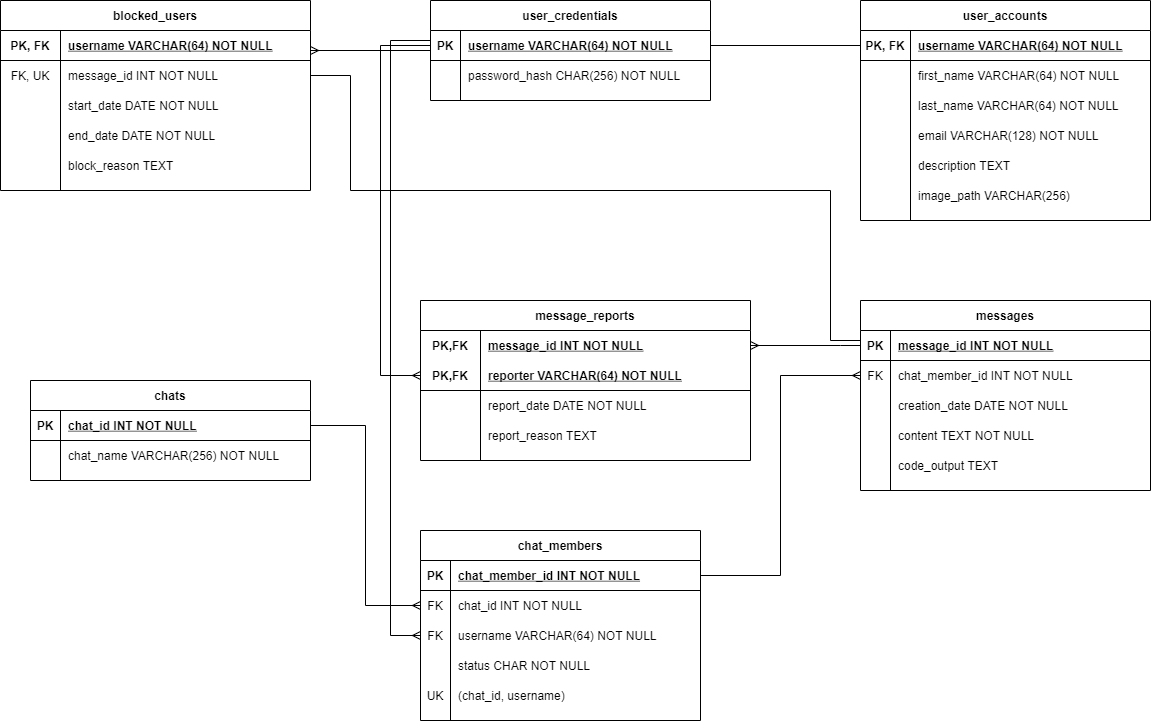
This is assets/diagrams/er-diagram.png from iulian-rusu/discode, a draw.io export, as it was before one commit. Source tidied: cells renumbered, new cells last; positions are measured from the earlier drawing's top-left corner, leaving out a move shared by most shapes.
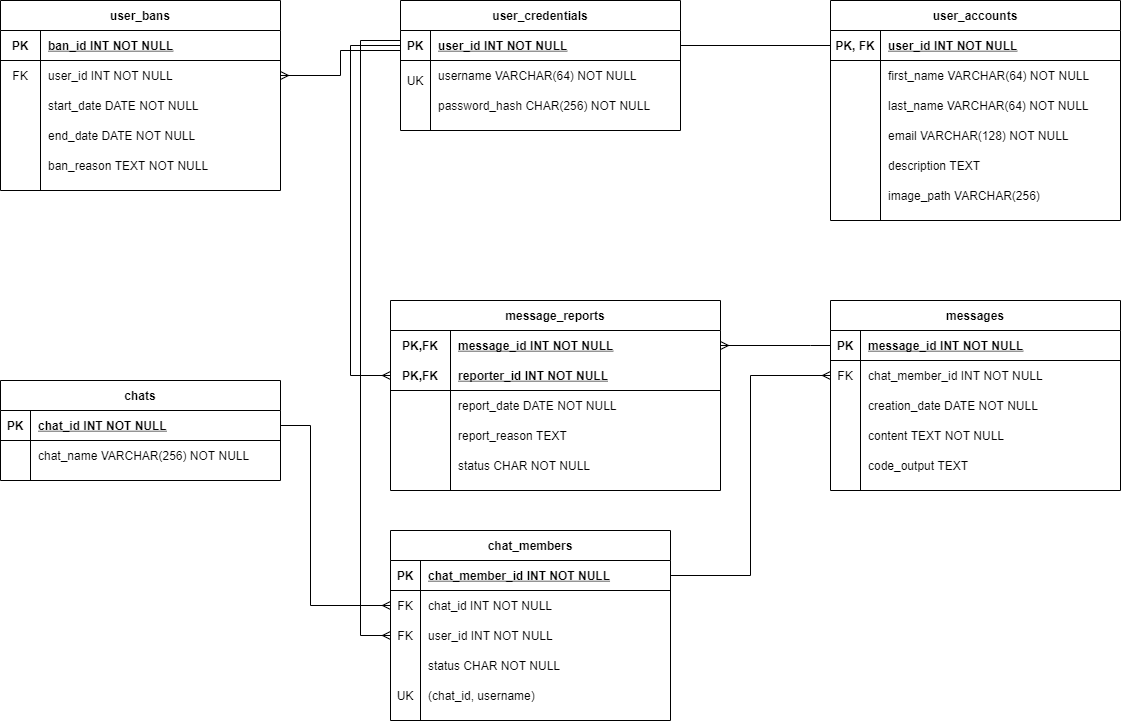
Later version of the same file.

The edit, as a diff of the source:
```diff
@@ -11,7 +11,7 @@
     <mxCell id="4" value="PK, FK" style="shape=partialRectangle;fillColor=none;top=0;left=0;bottom=0;right=0;fontStyle=1;overflow=hidden;" parent="3" vertex="1">
       <mxGeometry width="50" height="30" as="geometry" />
     </mxCell>
-    <mxCell id="5" value="username VARCHAR(64) NOT NULL" style="shape=partialRectangle;fillColor=none;top=0;left=0;bottom=0;right=0;align=left;spacingLeft=6;fontStyle=5;overflow=hidden;" parent="3" vertex="1">
+    <mxCell id="5" value="user_id INT NOT NULL" style="shape=partialRectangle;fillColor=none;top=0;left=0;bottom=0;right=0;align=left;spacingLeft=6;fontStyle=5;overflow=hidden;" parent="3" vertex="1">
       <mxGeometry x="50" width="240" height="30" as="geometry" />
     </mxCell>
     <mxCell id="6" style="shape=partialRectangle;fillColor=none;top=0;left=0;right=0;bottom=0;" parent="2" vertex="1">
@@ -60,7 +60,7 @@
       <mxGeometry x="50" width="240" height="30" as="geometry" />
     </mxCell>
     <mxCell id="21" value="user_credentials" style="shape=table;startSize=30;rowLines=0;fontStyle=1;align=center;" parent="1" vertex="1">
-      <mxGeometry x="430" width="280" height="100" as="geometry" />
+      <mxGeometry x="430" width="280" height="130" as="geometry" />
     </mxCell>
     <mxCell id="22" style="shape=partialRectangle;fillColor=none;points=[[0,0.5],[1,0.5]];portConstraint=eastwest;top=0;left=0;right=0;bottom=1;" parent="21" vertex="1">
       <mxGeometry y="30" width="280" height="30" as="geometry" />
@@ -68,11 +68,20 @@
     <mxCell id="23" value="PK" style="shape=partialRectangle;overflow=hidden;fillColor=none;top=0;left=0;bottom=0;right=0;fontStyle=1;" parent="22" vertex="1">
       <mxGeometry width="30" height="30" as="geometry" />
     </mxCell>
-    <mxCell id="24" value="username VARCHAR(64) NOT NULL" style="shape=partialRectangle;overflow=hidden;fillColor=none;top=0;left=0;bottom=0;right=0;align=left;spacingLeft=6;fontStyle=5;" parent="22" vertex="1">
+    <mxCell id="24" value="user_id INT NOT NULL" style="shape=partialRectangle;overflow=hidden;fillColor=none;top=0;left=0;bottom=0;right=0;align=left;spacingLeft=6;fontStyle=5;" parent="22" vertex="1">
       <mxGeometry x="30" width="250" height="30" as="geometry" />
     </mxCell>
+    <mxCell id="104" style="shape=partialRectangle;fillColor=none;top=0;left=0;bottom=0;right=0;verticalAlign=bottom;" parent="21" vertex="1">
+      <mxGeometry y="60" width="280" height="30" as="geometry" />
+    </mxCell>
+    <mxCell id="105" value="UK" style="shape=partialRectangle;fillColor=none;top=0;left=0;bottom=0;right=0;fontStyle=0;overflow=hidden;verticalAlign=bottom;" parent="104" vertex="1">
+      <mxGeometry width="30" height="30" as="geometry" />
+    </mxCell>
+    <mxCell id="106" value="username VARCHAR(64) NOT NULL" style="shape=partialRectangle;fillColor=none;top=0;left=0;bottom=0;right=0;align=left;spacingLeft=6;fontStyle=0;overflow=hidden;" parent="104" vertex="1">
+      <mxGeometry x="30" width="250" height="30" as="geometry" />
+    </mxCell>
     <mxCell id="25" style="shape=partialRectangle;fillColor=none;top=0;left=0;right=0;bottom=0;" parent="21" vertex="1">
-      <mxGeometry y="60" width="280" height="30" as="geometry" />
+      <mxGeometry y="90" width="280" height="30" as="geometry" />
     </mxCell>
     <mxCell id="26" style="shape=partialRectangle;overflow=hidden;fillColor=none;top=0;left=0;bottom=0;right=0;" parent="25" vertex="1">
       <mxGeometry width="30" height="30" as="geometry" />
@@ -150,7 +159,7 @@
       <mxGeometry x="30" width="260" height="30" as="geometry" />
     </mxCell>
     <mxCell id="51" value="message_reports" style="shape=table;startSize=30;rowLines=0;fontStyle=1;align=center;" parent="1" vertex="1">
-      <mxGeometry x="420" y="300" width="330" height="160" as="geometry" />
+      <mxGeometry x="420" y="300" width="330" height="190" as="geometry" />
     </mxCell>
     <mxCell id="52" style="shape=partialRectangle;fillColor=none;top=0;left=0;bottom=0;right=0;points=[[0,0.5],[1,0.5]];portConstraint=eastwest;" parent="51" vertex="1">
       <mxGeometry y="30" width="330" height="30" as="geometry" />
@@ -167,7 +176,7 @@
     <mxCell id="56" value="PK,FK" style="shape=partialRectangle;fillColor=none;top=0;left=0;bottom=0;right=0;fontStyle=1;overflow=hidden;" parent="55" vertex="1">
       <mxGeometry width="60" height="30" as="geometry" />
     </mxCell>
-    <mxCell id="57" value="reporter VARCHAR(64) NOT NULL" style="shape=partialRectangle;fillColor=none;top=0;left=0;bottom=0;right=0;align=left;spacingLeft=6;fontStyle=5;overflow=hidden;" parent="55" vertex="1">
+    <mxCell id="57" value="reporter_id INT NOT NULL" style="shape=partialRectangle;fillColor=none;top=0;left=0;bottom=0;right=0;align=left;spacingLeft=6;fontStyle=5;overflow=hidden;" parent="55" vertex="1">
       <mxGeometry x="60" width="270" height="30" as="geometry" />
     </mxCell>
     <mxCell id="58" style="shape=partialRectangle;fillColor=none;top=0;left=0;bottom=0;right=0;" parent="51" vertex="1">
@@ -188,6 +197,15 @@
     <mxCell id="63" value="report_reason TEXT" style="shape=partialRectangle;fillColor=none;top=0;left=0;bottom=0;right=0;align=left;spacingLeft=6;overflow=hidden;" parent="61" vertex="1">
       <mxGeometry x="60" width="270" height="30" as="geometry" />
     </mxCell>
+    <mxCell id="107" style="shape=partialRectangle;fillColor=none;top=0;left=0;bottom=0;right=0;" parent="51" vertex="1">
+      <mxGeometry y="150" width="330" height="30" as="geometry" />
+    </mxCell>
+    <mxCell id="108" style="shape=partialRectangle;fillColor=none;top=0;left=0;bottom=0;right=0;overflow=hidden;" parent="107" vertex="1">
+      <mxGeometry width="60" height="30" as="geometry" />
+    </mxCell>
+    <mxCell id="109" value="status CHAR NOT NULL" style="shape=partialRectangle;fillColor=none;top=0;left=0;bottom=0;right=0;align=left;spacingLeft=6;overflow=hidden;" parent="107" vertex="1">
+      <mxGeometry x="60" width="270" height="30" as="geometry" />
+    </mxCell>
     <mxCell id="64" style="endArrow=none;html=1;rounded=0;edgeStyle=orthogonalEdgeStyle;exitX=1;exitY=0.5;exitDx=0;exitDy=0;entryX=0;entryY=0.5;entryDx=0;entryDy=0;" parent="1" edge="1" source="22" target="3">
       <mxGeometry relative="1" as="geometry" />
     </mxCell>
@@ -207,74 +225,54 @@
         </Array>
       </mxGeometry>
     </mxCell>
-    <mxCell id="67" value="blocked_users" style="shape=table;startSize=30;rowLines=0;fontStyle=1;align=center;" parent="1" vertex="1">
-      <mxGeometry width="310" height="190" as="geometry" />
+    <mxCell id="67" value="user_bans" style="shape=table;startSize=30;rowLines=0;fontStyle=1;align=center;" parent="1" vertex="1">
+      <mxGeometry x="30" width="280" height="190" as="geometry" />
     </mxCell>
     <mxCell id="68" style="shape=partialRectangle;fillColor=none;top=0;left=0;bottom=1;right=0;" parent="67" vertex="1">
-      <mxGeometry y="30" width="310" height="30" as="geometry" />
+      <mxGeometry y="30" width="280" height="30" as="geometry" />
     </mxCell>
-    <mxCell id="69" value="PK, FK" style="shape=partialRectangle;fillColor=none;top=0;left=0;bottom=0;right=0;fontStyle=1;overflow=hidden;" parent="68" vertex="1">
-      <mxGeometry width="60" height="30" as="geometry" />
+    <mxCell id="69" value="PK" style="shape=partialRectangle;fillColor=none;top=0;left=0;bottom=0;right=0;fontStyle=1;overflow=hidden;" parent="68" vertex="1">
+      <mxGeometry width="40" height="30" as="geometry" />
     </mxCell>
-    <mxCell id="70" value="username VARCHAR(64) NOT NULL" style="shape=partialRectangle;fillColor=none;top=0;left=0;bottom=0;right=0;align=left;spacingLeft=6;fontStyle=5;overflow=hidden;" parent="68" vertex="1">
-      <mxGeometry x="60" width="250" height="30" as="geometry" />
+    <mxCell id="70" value="ban_id INT NOT NULL" style="shape=partialRectangle;fillColor=none;top=0;left=0;bottom=0;right=0;align=left;spacingLeft=6;fontStyle=5;overflow=hidden;" parent="68" vertex="1">
+      <mxGeometry x="40" width="240" height="30" as="geometry" />
     </mxCell>
-    <mxCell id="71" style="shape=partialRectangle;fillColor=none;top=0;left=0;bottom=0;right=0;points=[[0,0.5],[1,0.5]];portConstraint=eastwest;" parent="67" vertex="1">
-      <mxGeometry y="60" width="310" height="30" as="geometry" />
-    </mxCell>
-    <mxCell id="72" value="FK, UK" style="shape=partialRectangle;fillColor=none;top=0;left=0;bottom=0;right=0;fontStyle=0;overflow=hidden;" parent="71" vertex="1">
-      <mxGeometry width="60" height="30" as="geometry" />
-    </mxCell>
-    <mxCell id="73" value="message_id INT NOT NULL" style="shape=partialRectangle;fillColor=none;top=0;left=0;bottom=0;right=0;align=left;spacingLeft=6;fontStyle=0;overflow=hidden;" parent="71" vertex="1">
-      <mxGeometry x="60" width="250" height="30" as="geometry" />
-    </mxCell>
+    <mxCell id="110" style="shape=partialRectangle;fillColor=none;top=0;left=0;bottom=0;right=0;points=[[0,0.5],[1,0.5]];portConstraint=eastwest;" parent="67" vertex="1">
+      <mxGeometry y="60" width="280" height="30" as="geometry" />
+    </mxCell>
+    <mxCell id="111" value="FK" style="shape=partialRectangle;fillColor=none;top=0;left=0;bottom=0;right=0;fontStyle=0;overflow=hidden;" parent="110" vertex="1">
+      <mxGeometry width="40" height="30" as="geometry" />
+    </mxCell>
+    <mxCell id="112" value="user_id INT NOT NULL" style="shape=partialRectangle;fillColor=none;top=0;left=0;bottom=0;right=0;align=left;spacingLeft=6;fontStyle=0;overflow=hidden;" parent="110" vertex="1">
+      <mxGeometry x="40" width="240" height="30" as="geometry" />
+    </mxCell>
     <mxCell id="74" style="shape=partialRectangle;fillColor=none;top=0;left=0;bottom=0;right=0;" parent="67" vertex="1">
-      <mxGeometry y="90" width="310" height="30" as="geometry" />
+      <mxGeometry y="90" width="280" height="30" as="geometry" />
     </mxCell>
     <mxCell id="75" style="shape=partialRectangle;fillColor=none;top=0;left=0;bottom=0;right=0;overflow=hidden;" parent="74" vertex="1">
-      <mxGeometry width="60" height="30" as="geometry" />
+      <mxGeometry width="40" height="30" as="geometry" />
     </mxCell>
     <mxCell id="76" value="start_date DATE NOT NULL" style="shape=partialRectangle;fillColor=none;top=0;left=0;bottom=0;right=0;align=left;spacingLeft=6;overflow=hidden;" parent="74" vertex="1">
-      <mxGeometry x="60" width="250" height="30" as="geometry" />
+      <mxGeometry x="40" width="240" height="30" as="geometry" />
     </mxCell>
     <mxCell id="77" style="shape=partialRectangle;fillColor=none;top=0;left=0;bottom=0;right=0;" parent="67" vertex="1">
-      <mxGeometry y="120" width="310" height="30" as="geometry" />
+      <mxGeometry y="120" width="280" height="30" as="geometry" />
     </mxCell>
     <mxCell id="78" style="shape=partialRectangle;fillColor=none;top=0;left=0;bottom=0;right=0;overflow=hidden;" parent="77" vertex="1">
-      <mxGeometry width="60" height="30" as="geometry" />
+      <mxGeometry width="40" height="30" as="geometry" />
     </mxCell>
     <mxCell id="79" value="end_date DATE NOT NULL" style="shape=partialRectangle;fillColor=none;top=0;left=0;bottom=0;right=0;align=left;spacingLeft=6;overflow=hidden;" parent="77" vertex="1">
-      <mxGeometry x="60" width="250" height="30" as="geometry" />
+      <mxGeometry x="40" width="240" height="30" as="geometry" />
     </mxCell>
     <mxCell id="80" style="shape=partialRectangle;fillColor=none;top=0;left=0;bottom=0;right=0;" parent="67" vertex="1">
-      <mxGeometry y="150" width="310" height="30" as="geometry" />
+      <mxGeometry y="150" width="280" height="30" as="geometry" />
     </mxCell>
     <mxCell id="81" style="shape=partialRectangle;fillColor=none;top=0;left=0;bottom=0;right=0;fontStyle=0;overflow=hidden;" parent="80" vertex="1">
-      <mxGeometry width="60" height="30" as="geometry" />
+      <mxGeometry width="40" height="30" as="geometry" />
     </mxCell>
-    <mxCell id="82" value="block_reason TEXT " style="shape=partialRectangle;fillColor=none;top=0;left=0;bottom=0;right=0;align=left;spacingLeft=6;fontStyle=0;overflow=hidden;" parent="80" vertex="1">
-      <mxGeometry x="60" width="250" height="30" as="geometry" />
+    <mxCell id="82" value="ban_reason TEXT NOT NULL" style="shape=partialRectangle;fillColor=none;top=0;left=0;bottom=0;right=0;align=left;spacingLeft=6;fontStyle=0;overflow=hidden;" parent="80" vertex="1">
+      <mxGeometry x="40" width="240" height="30" as="geometry" />
     </mxCell>
-    <mxCell id="83" style="endArrow=ERmany;html=1;rounded=0;edgeStyle=orthogonalEdgeStyle;endFill=0;" parent="1" edge="1">
-      <mxGeometry relative="1" as="geometry">
-        <mxPoint x="430" y="45" as="sourcePoint" />
-        <mxPoint x="310" y="50" as="targetPoint" />
-        <Array as="points">
-          <mxPoint x="430" y="50" />
-        </Array>
-      </mxGeometry>
-    </mxCell>
-    <mxCell id="84" style="endArrow=none;html=1;rounded=0;edgeStyle=orthogonalEdgeStyle;entryX=1;entryY=0.5;entryDx=0;entryDy=0;exitX=0;exitY=0.5;exitDx=0;exitDy=0;endFill=0;" parent="1" edge="1" source="36" target="71">
-      <mxGeometry relative="1" as="geometry">
-        <Array as="points">
-          <mxPoint x="860" y="340" />
-          <mxPoint x="830" y="340" />
-          <mxPoint x="830" y="190" />
-          <mxPoint x="350" y="190" />
-          <mxPoint x="350" y="75" />
-        </Array>
-      </mxGeometry>
-    </mxCell>
     <mxCell id="85" value="chat_members" style="shape=table;startSize=30;rowLines=0;fontStyle=1;align=center;" parent="1" vertex="1">
       <mxGeometry x="420" y="530" width="280" height="190" as="geometry" />
     </mxCell>
@@ -302,7 +300,7 @@
     <mxCell id="93" value="FK" style="shape=partialRectangle;fillColor=none;top=0;left=0;bottom=0;right=0;overflow=hidden;" parent="92" vertex="1">
       <mxGeometry width="30" height="30" as="geometry" />
     </mxCell>
-    <mxCell id="94" value="username VARCHAR(64) NOT NULL" style="shape=partialRectangle;fillColor=none;top=0;left=0;bottom=0;right=0;align=left;spacingLeft=6;overflow=hidden;" parent="92" vertex="1">
+    <mxCell id="94" value="user_id INT NOT NULL" style="shape=partialRectangle;fillColor=none;top=0;left=0;bottom=0;right=0;align=left;spacingLeft=6;overflow=hidden;" parent="92" vertex="1">
       <mxGeometry x="30" width="250" height="30" as="geometry" />
     </mxCell>
     <mxCell id="95" style="shape=partialRectangle;fillColor=none;top=0;left=0;bottom=0;right=0;" parent="85" vertex="1">
@@ -324,7 +322,12 @@
       <mxGeometry x="30" width="250" height="30" as="geometry" />
     </mxCell>
     <mxCell id="101" style="endArrow=ERmany;html=1;rounded=0;edgeStyle=orthogonalEdgeStyle;exitX=1;exitY=0.5;exitDx=0;exitDy=0;entryX=0;entryY=0.5;entryDx=0;entryDy=0;endFill=0;" parent="1" edge="1" source="29" target="89">
-      <mxGeometry relative="1" as="geometry" />
+      <mxGeometry relative="1" as="geometry">
+        <Array as="points">
+          <mxPoint x="340" y="425" />
+          <mxPoint x="340" y="605" />
+        </Array>
+      </mxGeometry>
     </mxCell>
     <mxCell id="102" style="endArrow=ERmany;html=1;rounded=0;edgeStyle=orthogonalEdgeStyle;exitX=1;exitY=0.5;exitDx=0;exitDy=0;entryX=0;entryY=0.5;entryDx=0;entryDy=0;endFill=0;" parent="1" edge="1" source="86" target="39">
       <mxGeometry relative="1" as="geometry" />
@@ -338,5 +341,15 @@
         </Array>
       </mxGeometry>
     </mxCell>
+    <mxCell id="113" style="endArrow=none;html=1;rounded=0;edgeStyle=orthogonalEdgeStyle;exitX=1;exitY=0.5;exitDx=0;exitDy=0;endFill=0;startArrow=ERmany;startFill=0;" parent="1" edge="1" source="110">
+      <mxGeometry relative="1" as="geometry">
+        <mxPoint x="430" y="50" as="targetPoint" />
+        <Array as="points">
+          <mxPoint x="370" y="75" />
+          <mxPoint x="370" y="50" />
+          <mxPoint x="430" y="50" />
+        </Array>
+      </mxGeometry>
+    </mxCell>
   </root>
 </mxGraphModel>
```
